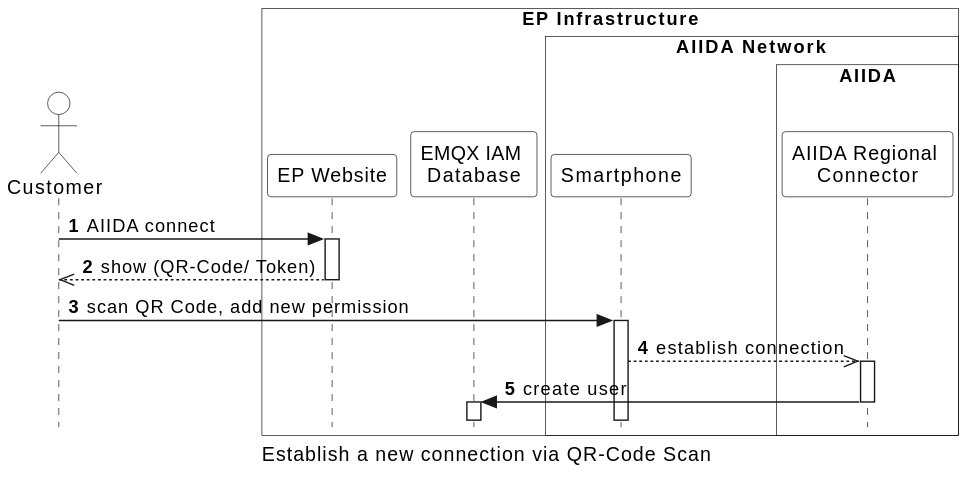
Earlier version of the PlantUML export arc42/aiida/runtime-view/figures/aiida_new_connection_qr.svg (eddie-energy/architecture). Source of this version:
```plantuml
@startuml
caption Establish a new connection via QR-Code Scan

skinparam style strictuml
skinparam sequence {
  ParticipantBackgroundColor transparent
  ActorBackgroundColor transparent
}

autonumber
!pragma teoz true

actor "Customer" as user
box "EP Infrastructure" #transparent
  participant "EP Website" as website
  participant "EMQX IAM \nDatabase" as database
    box "\tAIIDA Network\t\t"  #transparent
    participant "Smartphone" as smartphone
    box "AIIDA" #transparent
    participant "AIIDA Regional \nConnector" as connector
    end box
  end box
end box

user -> website : AIIDA connect
activate website

  website -->> user : show (QR-Code/ Token)
deactivate website


  user -> smartphone : scan QR Code, add new permission
  activate smartphone
    smartphone -->> connector : establish connection
    activate connector
    connector -> database : create user
    deactivate connector
    activate database
    deactivate database
  deactivate smartphone
@enduml
```
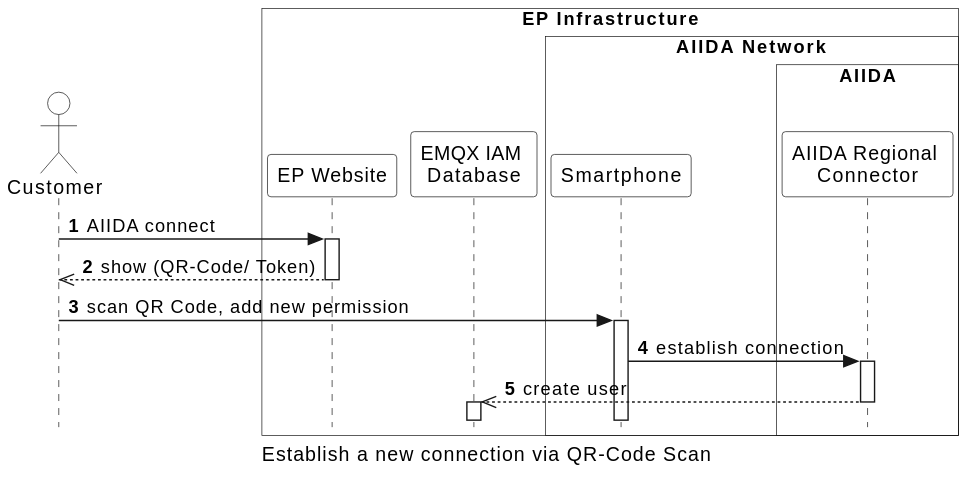
After the commit.

Change to the diagram source:
```diff
@@ -31,9 +31,9 @@
 
   user -> smartphone : scan QR Code, add new permission
   activate smartphone
-    smartphone -->> connector : establish connection
+    smartphone -> connector : establish connection
     activate connector
-    connector -> database : create user
+    connector -->> database : create user
     deactivate connector
     activate database
     deactivate database
```
